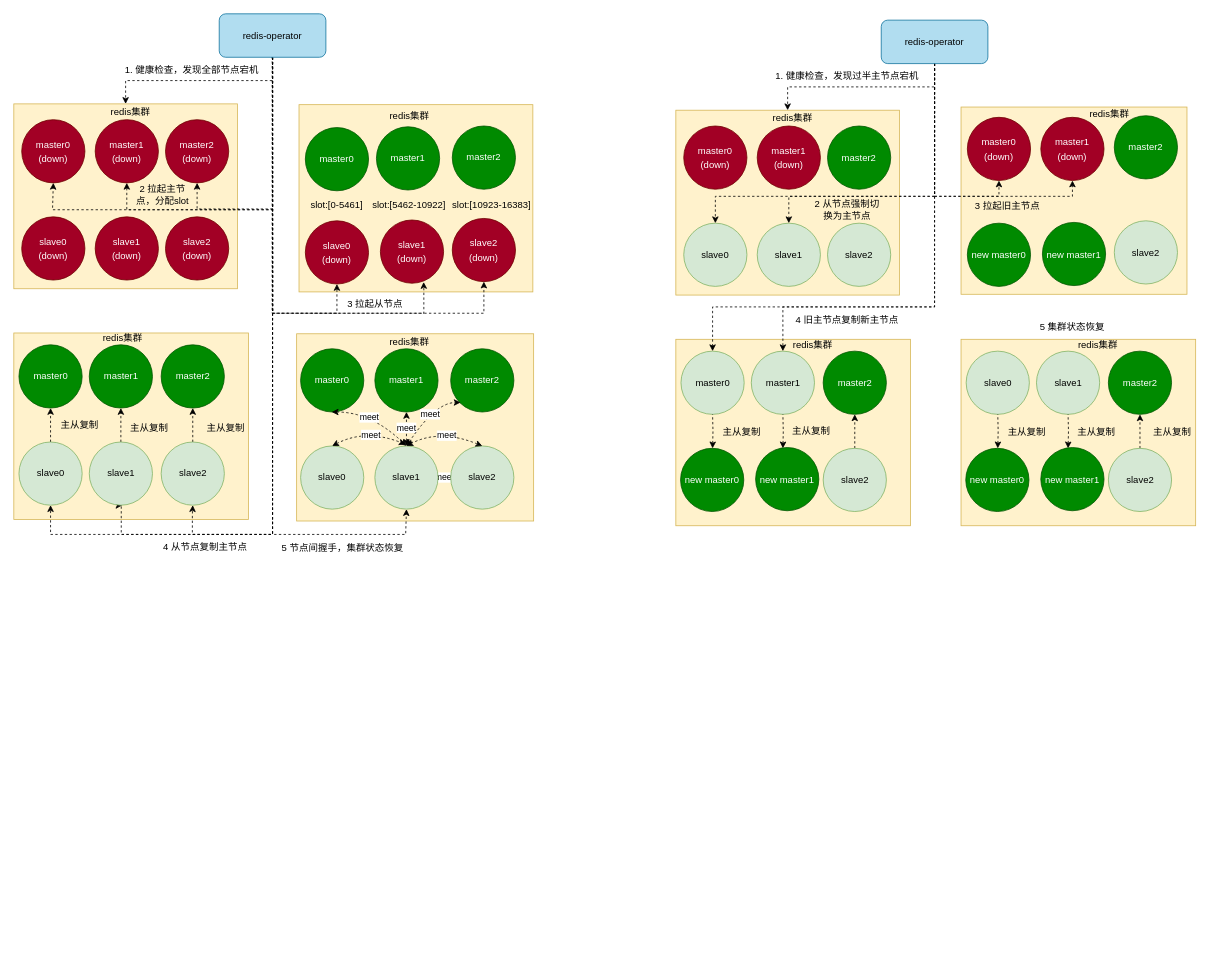
Before: diagrams/redis高可用和容错能力.drawio in fengyinqiao/cloudimg, a draw.io diagram. Source tidied: cells renumbered, new cells numbered last; positions are measured from the earlier drawing's top-left corner, leaving out a move shared by most shapes. Both pictures are drawn from the tidied source at 79%, with x=0, y=0 at pixel (13, 13).
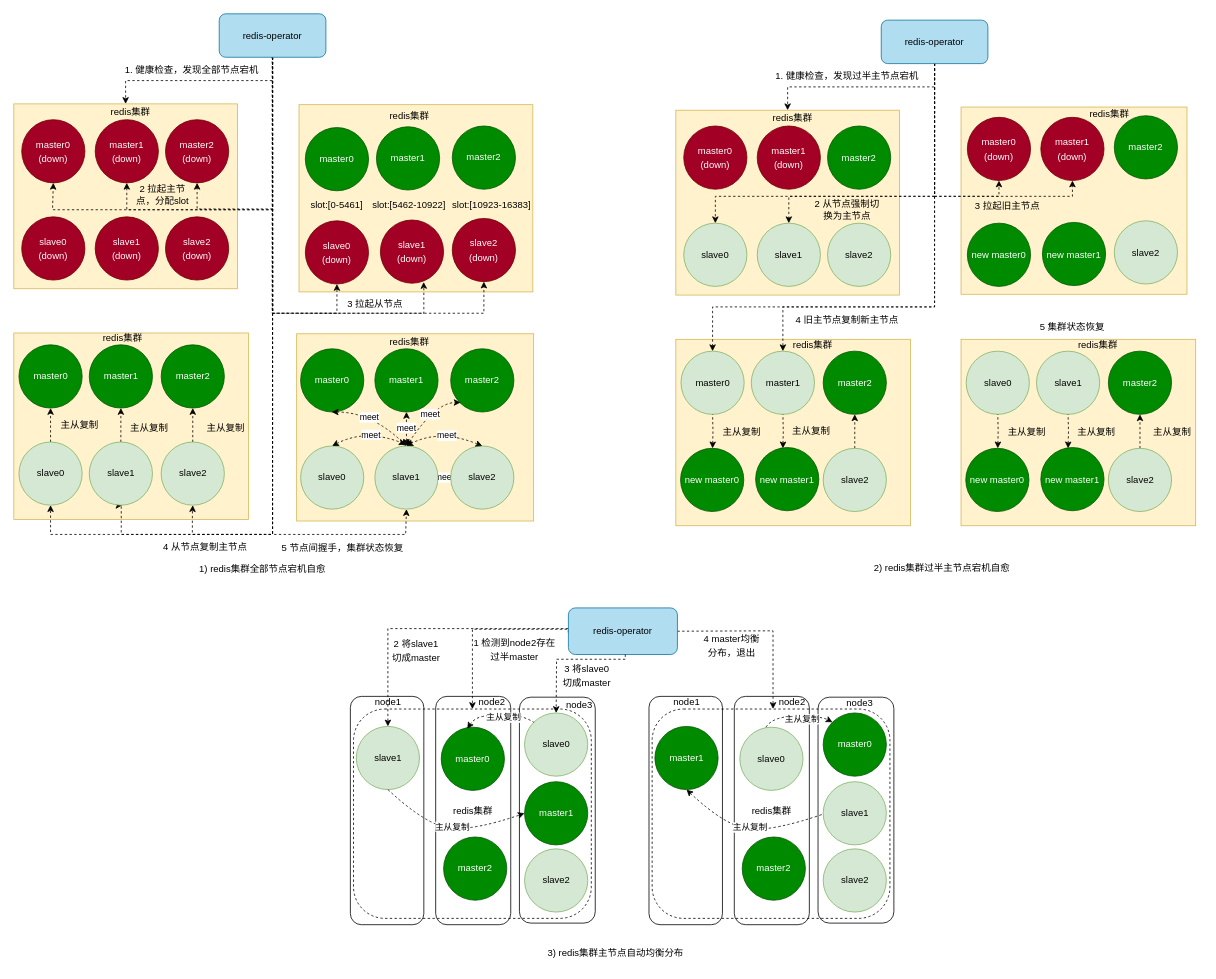
After the change.

Commit message:
更新redis高可用和容错能力.drawio

Diff of the diagram source:
```diff
@@
+    <mxCell id="128" style="edgeStyle=orthogonalEdgeStyle;rounded=0;jettySize=auto;html=1;dashed=1;entryX=0.5;entryY=0;entryDx=0;entryDy=0;exitX=-0.001;exitY=0.529;exitDx=0;exitDy=0;exitPerimeter=0;" parent="1" edge="1" source="130" target="131">
+      <mxGeometry relative="1" as="geometry">
+        <Array as="points">
+          <mxPoint x="702" y="779" />
+          <mxPoint x="581" y="779" />
+        </Array>
+      </mxGeometry>
+    </mxCell>
+    <mxCell id="129" style="edgeStyle=orthogonalEdgeStyle;rounded=0;jettySize=auto;html=1;exitX=1;exitY=0.5;exitDx=0;exitDy=0;dashed=1;entryX=0.516;entryY=0.055;entryDx=0;entryDy=0;entryPerimeter=0;" parent="1" edge="1" source="130" target="149">
+      <mxGeometry relative="1" as="geometry">
+        <Array as="points">
+          <mxPoint x="843" y="782" />
+          <mxPoint x="961" y="781" />
+        </Array>
+      </mxGeometry>
+    </mxCell>
+    <mxCell id="130" value="redis-operator" style="rounded=1;whiteSpace=wrap;html=1;fillColor=#b1ddf0;strokeColor=#10739e;" parent="1" vertex="1">
+      <mxGeometry x="702" y="752" width="138" height="59" as="geometry" />
+    </mxCell>
+    <mxCell id="131" style="rounded=1;whiteSpace=wrap;html=1;dashed=1;" parent="1" vertex="1">
+      <mxGeometry x="430" y="880" width="301" height="265" as="geometry" />
+    </mxCell>
+    <mxCell id="132" style="rounded=1;whiteSpace=wrap;html=1;fillColor=none;" parent="1" vertex="1">
+      <mxGeometry x="426" y="864" width="93" height="289" as="geometry" />
+    </mxCell>
+    <mxCell id="133" value="redis集群" style="rounded=1;whiteSpace=wrap;html=1;fillColor=none;" parent="1" vertex="1">
+      <mxGeometry x="534" y="864" width="95" height="289" as="geometry" />
+    </mxCell>
+    <mxCell id="134" style="rounded=1;whiteSpace=wrap;html=1;fillColor=none;" parent="1" vertex="1">
+      <mxGeometry x="640" y="865" width="96" height="286" as="geometry" />
+    </mxCell>
+    <mxCell id="135" value="slave2" style="ellipse;whiteSpace=wrap;html=1;fillColor=#d5e8d4;strokeColor=#82b366;" parent="1" vertex="1">
+      <mxGeometry x="646.5" y="1057" width="80" height="80" as="geometry" />
+    </mxCell>
+    <mxCell id="136" value="slave1" style="ellipse;whiteSpace=wrap;html=1;fillColor=#d5e8d4;strokeColor=#82b366;" parent="1" vertex="1">
+      <mxGeometry x="433.5" y="902" width="80" height="80" as="geometry" />
+    </mxCell>
+    <mxCell id="137" value="node1" style="text;html=1;strokeColor=none;fillColor=none;align=center;verticalAlign=middle;whiteSpace=wrap;rounded=0;" parent="1" vertex="1">
+      <mxGeometry x="443.5" y="857" width="60" height="30" as="geometry" />
+    </mxCell>
+    <mxCell id="138" value="master0" style="ellipse;whiteSpace=wrap;html=1;fillColor=#008a00;fontColor=#ffffff;strokeColor=#005700;" parent="1" vertex="1">
+      <mxGeometry x="541" y="903" width="80" height="80" as="geometry" />
+    </mxCell>
+    <mxCell id="139" value="master2" style="ellipse;whiteSpace=wrap;html=1;fillColor=#008a00;fontColor=#ffffff;strokeColor=#005700;" parent="1" vertex="1">
+      <mxGeometry x="544" y="1042" width="80" height="80" as="geometry" />
+    </mxCell>
+    <mxCell id="140" value="node2" style="text;html=1;strokeColor=none;fillColor=none;align=center;verticalAlign=middle;whiteSpace=wrap;rounded=0;" parent="1" vertex="1">
+      <mxGeometry x="587.5" y="864" width="35" height="16" as="geometry" />
+    </mxCell>
+    <mxCell id="141" value="slave0" style="ellipse;whiteSpace=wrap;html=1;fillColor=#d5e8d4;strokeColor=#82b366;" parent="1" vertex="1">
+      <mxGeometry x="646.5" y="885" width="80" height="80" as="geometry" />
+    </mxCell>
+    <mxCell id="142" value="master1" style="ellipse;whiteSpace=wrap;html=1;fillColor=#008a00;fontColor=#ffffff;strokeColor=#005700;" parent="1" vertex="1">
+      <mxGeometry x="646.5" y="972" width="80" height="80" as="geometry" />
+    </mxCell>
+    <mxCell id="143" value="node3" style="text;html=1;strokeColor=none;fillColor=none;align=center;verticalAlign=middle;whiteSpace=wrap;rounded=0;" parent="1" vertex="1">
+      <mxGeometry x="698" y="867" width="36" height="15" as="geometry" />
+    </mxCell>
+    <mxCell id="144" value="&lt;p style=&quot;line-height: 150%;&quot;&gt;1 检测到node2存在&lt;br&gt;过半master&lt;/p&gt;" style="text;html=1;strokeColor=none;fillColor=none;align=center;verticalAlign=middle;whiteSpace=wrap;rounded=0;dashed=1;" parent="1" vertex="1">
+      <mxGeometry x="579.5" y="787" width="108" height="35.2" as="geometry" />
+    </mxCell>
+    <mxCell id="145" value="&lt;p style=&quot;line-height: 150%;&quot;&gt;2 将slave1切成master&lt;/p&gt;" style="text;html=1;strokeColor=none;fillColor=none;align=center;verticalAlign=middle;whiteSpace=wrap;rounded=0;dashed=1;" parent="1" vertex="1">
+      <mxGeometry x="475" y="787" width="69" height="37" as="geometry" />
+    </mxCell>
+    <mxCell id="146" value="&lt;p style=&quot;line-height: 150%;&quot;&gt;4 master均衡分布，退出&lt;/p&gt;" style="text;html=1;strokeColor=none;fillColor=none;align=center;verticalAlign=middle;whiteSpace=wrap;rounded=0;dashed=1;" parent="1" vertex="1">
+      <mxGeometry x="868" y="789" width="82" height="22" as="geometry" />
+    </mxCell>
+    <mxCell id="147" style="rounded=1;whiteSpace=wrap;html=1;dashed=1;" parent="1" vertex="1">
+      <mxGeometry x="808" y="880" width="301" height="265" as="geometry" />
+    </mxCell>
+    <mxCell id="148" style="rounded=1;whiteSpace=wrap;html=1;fillColor=none;" parent="1" vertex="1">
+      <mxGeometry x="804" y="864" width="93" height="289" as="geometry" />
+    </mxCell>
+    <mxCell id="149" value="redis集群" style="rounded=1;whiteSpace=wrap;html=1;fillColor=none;" parent="1" vertex="1">
+      <mxGeometry x="912" y="864" width="95" height="289" as="geometry" />
+    </mxCell>
+    <mxCell id="150" style="rounded=1;whiteSpace=wrap;html=1;fillColor=none;" parent="1" vertex="1">
+      <mxGeometry x="1018" y="865" width="96" height="286" as="geometry" />
+    </mxCell>
+    <mxCell id="151" value="slave2" style="ellipse;whiteSpace=wrap;html=1;fillColor=#d5e8d4;strokeColor=#82b366;" parent="1" vertex="1">
+      <mxGeometry x="1024.5" y="1057" width="80" height="80" as="geometry" />
+    </mxCell>
+    <mxCell id="152" value="master1" style="ellipse;whiteSpace=wrap;html=1;fillColor=#008a00;strokeColor=#005700;fontColor=#ffffff;" parent="1" vertex="1">
+      <mxGeometry x="811.5" y="902" width="80" height="80" as="geometry" />
+    </mxCell>
+    <mxCell id="153" value="node1" style="text;html=1;strokeColor=none;fillColor=none;align=center;verticalAlign=middle;whiteSpace=wrap;rounded=0;" parent="1" vertex="1">
+      <mxGeometry x="821.5" y="857" width="60" height="30" as="geometry" />
+    </mxCell>
+    <mxCell id="154" value="slave0" style="ellipse;whiteSpace=wrap;html=1;fillColor=#d5e8d4;strokeColor=#82b366;" parent="1" vertex="1">
+      <mxGeometry x="919" y="903" width="80" height="80" as="geometry" />
+    </mxCell>
+    <mxCell id="155" value="master2" style="ellipse;whiteSpace=wrap;html=1;fillColor=#008a00;fontColor=#ffffff;strokeColor=#005700;" parent="1" vertex="1">
+      <mxGeometry x="922" y="1042" width="80" height="80" as="geometry" />
+    </mxCell>
+    <mxCell id="156" value="node2" style="text;html=1;strokeColor=none;fillColor=none;align=center;verticalAlign=middle;whiteSpace=wrap;rounded=0;" parent="1" vertex="1">
+      <mxGeometry x="969" y="867" width="33" height="10" as="geometry" />
+    </mxCell>
+    <mxCell id="157" value="master0" style="ellipse;whiteSpace=wrap;html=1;fillColor=#008a00;strokeColor=#005700;fontColor=#ffffff;" parent="1" vertex="1">
+      <mxGeometry x="1024.5" y="885" width="80" height="80" as="geometry" />
+    </mxCell>
+    <mxCell id="158" value="slave1" style="ellipse;whiteSpace=wrap;html=1;fillColor=#d5e8d4;strokeColor=#82b366;" parent="1" vertex="1">
+      <mxGeometry x="1024.5" y="972" width="80" height="80" as="geometry" />
+    </mxCell>
+    <mxCell id="159" value="node3" style="text;html=1;strokeColor=none;fillColor=none;align=center;verticalAlign=middle;whiteSpace=wrap;rounded=0;" parent="1" vertex="1">
+      <mxGeometry x="1041" y="858" width="60" height="30" as="geometry" />
+    </mxCell>
+    <mxCell id="160" style="edgeStyle=orthogonalEdgeStyle;rounded=0;jettySize=auto;html=1;dashed=1;entryX=0.5;entryY=0;entryDx=0;entryDy=0;exitX=-0.002;exitY=0.444;exitDx=0;exitDy=0;exitPerimeter=0;" parent="1" edge="1" source="130" target="136">
+      <mxGeometry relative="1" as="geometry">
+        <Array as="points">
+          <mxPoint x="473" y="778" />
+        </Array>
+      </mxGeometry>
+    </mxCell>
+    <mxCell id="161" style="edgeStyle=orthogonalEdgeStyle;rounded=0;jettySize=auto;html=1;dashed=1;" parent="1" edge="1" target="141">
+      <mxGeometry relative="1" as="geometry">
+        <mxPoint x="774" y="811" as="sourcePoint" />
+        <Array as="points">
+          <mxPoint x="774" y="811" />
+          <mxPoint x="774" y="817" />
+          <mxPoint x="687" y="817" />
+        </Array>
+      </mxGeometry>
+    </mxCell>
+    <mxCell id="162" value="&lt;p style=&quot;line-height: 150%;&quot;&gt;3 将slave0切成master&lt;/p&gt;" style="text;html=1;strokeColor=none;fillColor=none;align=center;verticalAlign=middle;whiteSpace=wrap;rounded=0;dashed=1;" parent="1" vertex="1">
+      <mxGeometry x="691" y="818" width="69" height="37" as="geometry" />
+    </mxCell>
+    <mxCell id="163" style="curved=1;endArrow=classic;html=1;rounded=0;dashed=1;startArrow=none;startFill=0;exitX=0.5;exitY=1;exitDx=0;exitDy=0;entryX=0;entryY=0.5;entryDx=0;entryDy=0;" parent="1" edge="1" source="136" target="142">
+      <mxGeometry relative="1" as="geometry">
+        <Array as="points">
+          <mxPoint x="524" y="1029" />
+          <mxPoint x="585" y="1033" />
+        </Array>
+      </mxGeometry>
+    </mxCell>
+    <mxCell id="164" value="主从复制" style="edgeLabel;html=1;align=center;verticalAlign=middle;" parent="163" vertex="1">
+      <mxGeometry x="-0.04" y="2" relative="1" as="geometry">
+        <mxPoint x="5" as="offset" />
+      </mxGeometry>
+    </mxCell>
+    <mxCell id="165" style="curved=1;endArrow=none;html=1;rounded=0;dashed=1;startArrow=classic;startFill=1;exitX=0.413;exitY=0.025;exitDx=0;exitDy=0;entryX=0;entryY=0;entryDx=0;entryDy=0;endFill=0;exitPerimeter=0;" parent="1" edge="1" source="138" target="141">
+      <mxGeometry relative="1" as="geometry">
+        <Array as="points">
+          <mxPoint x="583" y="891" />
+          <mxPoint x="608" y="887" />
+          <mxPoint x="644" y="888" />
+        </Array>
+      </mxGeometry>
+    </mxCell>
+    <mxCell id="166" value="主从复制" style="edgeLabel;html=1;align=center;verticalAlign=middle;" parent="165" vertex="1">
+      <mxGeometry x="-0.04" y="2" relative="1" as="geometry">
+        <mxPoint x="8" y="5" as="offset" />
+      </mxGeometry>
+    </mxCell>
+    <mxCell id="167" style="curved=1;endArrow=none;html=1;rounded=0;dashed=1;startArrow=classic;startFill=1;exitX=0.5;exitY=1;exitDx=0;exitDy=0;entryX=0;entryY=0.5;entryDx=0;entryDy=0;endFill=0;" parent="1" edge="1" source="152">
+      <mxGeometry relative="1" as="geometry">
+        <mxPoint x="1024.5" y="1013" as="targetPoint" />
+        <Array as="points">
+          <mxPoint x="902.5" y="1030" />
+          <mxPoint x="963.5" y="1034" />
+        </Array>
+      </mxGeometry>
+    </mxCell>
+    <mxCell id="168" value="主从复制" style="edgeLabel;html=1;align=center;verticalAlign=middle;" parent="167" vertex="1">
+      <mxGeometry x="-0.04" y="2" relative="1" as="geometry">
+        <mxPoint x="5" as="offset" />
+      </mxGeometry>
+    </mxCell>
+    <mxCell id="169" style="curved=1;endArrow=classic;html=1;rounded=0;dashed=1;startArrow=none;startFill=0;exitX=0.413;exitY=0.025;exitDx=0;exitDy=0;entryX=0;entryY=0;entryDx=0;entryDy=0;endFill=1;exitPerimeter=0;" parent="1" edge="1" target="157">
+      <mxGeometry relative="1" as="geometry">
+        <mxPoint x="952" y="903" as="sourcePoint" />
+        <Array as="points">
+          <mxPoint x="961" y="889" />
+          <mxPoint x="1022" y="889" />
+        </Array>
+      </mxGeometry>
+    </mxCell>
+    <mxCell id="170" value="主从复制" style="edgeLabel;html=1;align=center;verticalAlign=middle;" parent="169" vertex="1">
+      <mxGeometry x="-0.04" y="2" relative="1" as="geometry">
+        <mxPoint x="8" y="5" as="offset" />
+      </mxGeometry>
+    </mxCell>
+    <mxCell id="171" value="1) redis集群全部节点宕机自愈" style="text;html=1;strokeColor=none;fillColor=none;align=center;verticalAlign=middle;whiteSpace=wrap;rounded=0;" parent="1" vertex="1">
+      <mxGeometry x="225" y="688" width="180" height="30" as="geometry" />
+    </mxCell>
+    <mxCell id="172" value="2) redis集群过半主节点宕机自愈" style="text;html=1;strokeColor=none;fillColor=none;align=center;verticalAlign=middle;whiteSpace=wrap;rounded=0;" parent="1" vertex="1">
+      <mxGeometry x="1085" y="687" width="180" height="30" as="geometry" />
+    </mxCell>
+    <mxCell id="173" value="3) redis集群主节点自动均衡分布" style="text;html=1;strokeColor=none;fillColor=none;align=center;verticalAlign=middle;whiteSpace=wrap;rounded=0;" parent="1" vertex="1">
+      <mxGeometry x="672" y="1174" width="180" height="30" as="geometry" />
+    </mxCell>
```
